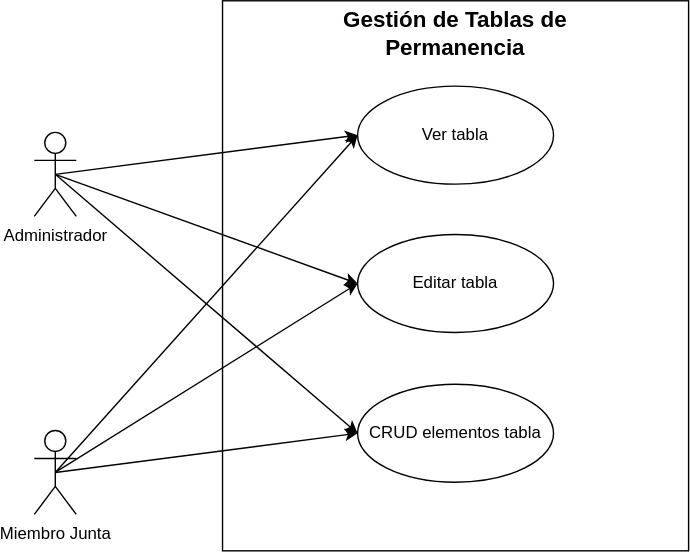
The draw.io diagram docs/diagrams/use case/Gestión de tablas de permanencia.svg in Manco312/Enjambre-EAFIT, before a commit. Source tidied: cells renumbered, new cells last; positions are measured from the earlier drawing's top-left corner, leaving out a move shared by most shapes.
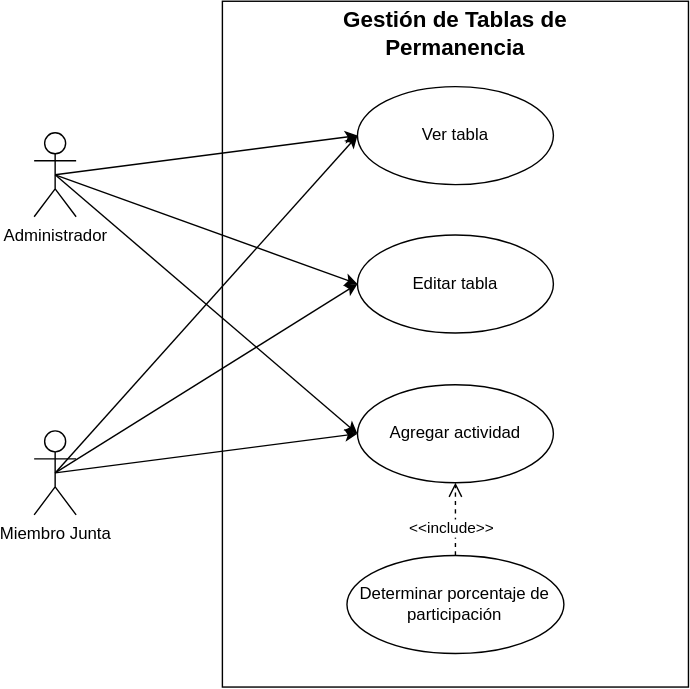
The same diagram one commit later.

Change to the diagram source:
```diff
@@ -1,9 +1,9 @@
-<mxGraphModel>
+<mxGraphModel background="light-dark(#ffffff, #121212)">
   <root>
     <mxCell id="0" />
     <mxCell id="1" parent="0" />
     <mxCell id="2" style="rounded=0;whiteSpace=wrap;html=1;fillColor=none;" parent="1" vertex="1">
-      <mxGeometry x="134.5" width="333" height="393" as="geometry" />
+      <mxGeometry x="134.5" width="333" height="490" as="geometry" />
     </mxCell>
     <mxCell id="3" value="Administrador" style="shape=umlActor;verticalLabelPosition=bottom;verticalAlign=top;html=1;outlineConnect=0;" parent="1" vertex="1">
       <mxGeometry y="94" width="30" height="60" as="geometry" />
@@ -14,7 +14,7 @@
     <mxCell id="5" value="Editar tabla" style="ellipse;whiteSpace=wrap;html=1;" parent="1" vertex="1">
       <mxGeometry x="231" y="167" width="140" height="70" as="geometry" />
     </mxCell>
-    <mxCell id="6" value="CRUD elementos tabla" style="ellipse;whiteSpace=wrap;html=1;" parent="1" vertex="1">
+    <mxCell id="6" value="Agregar actividad" style="ellipse;whiteSpace=wrap;html=1;" parent="1" vertex="1">
       <mxGeometry x="231" y="274" width="140" height="70" as="geometry" />
     </mxCell>
     <mxCell id="7" value="Miembro Junta" style="shape=umlActor;verticalLabelPosition=bottom;verticalAlign=top;html=1;outlineConnect=0;" parent="1" vertex="1">
@@ -41,5 +41,11 @@
     <mxCell id="14" style="endArrow=classic;html=1;rounded=0;exitX=0.5;exitY=0.5;exitDx=0;exitDy=0;exitPerimeter=0;entryX=0;entryY=0.5;entryDx=0;entryDy=0;" parent="1" edge="1" source="7" target="6">
       <mxGeometry relative="1" as="geometry" />
     </mxCell>
+    <mxCell id="15" value="Determinar porcentaje de participación" style="ellipse;whiteSpace=wrap;html=1;" parent="1" vertex="1">
+      <mxGeometry x="223.5" y="396" width="155" height="70" as="geometry" />
+    </mxCell>
+    <mxCell id="16" value="&amp;lt;&amp;lt;include&amp;gt;&amp;gt;" style="html=1;verticalAlign=bottom;endArrow=open;dashed=1;endSize=8;curved=0;rounded=0;exitX=0.5;exitY=0;exitDx=0;exitDy=0;entryX=0.5;entryY=1;entryDx=0;entryDy=0;" parent="1" edge="1" source="15" target="6">
+      <mxGeometry x="-0.61" y="3" relative="1" as="geometry" />
+    </mxCell>
   </root>
 </mxGraphModel>
```
